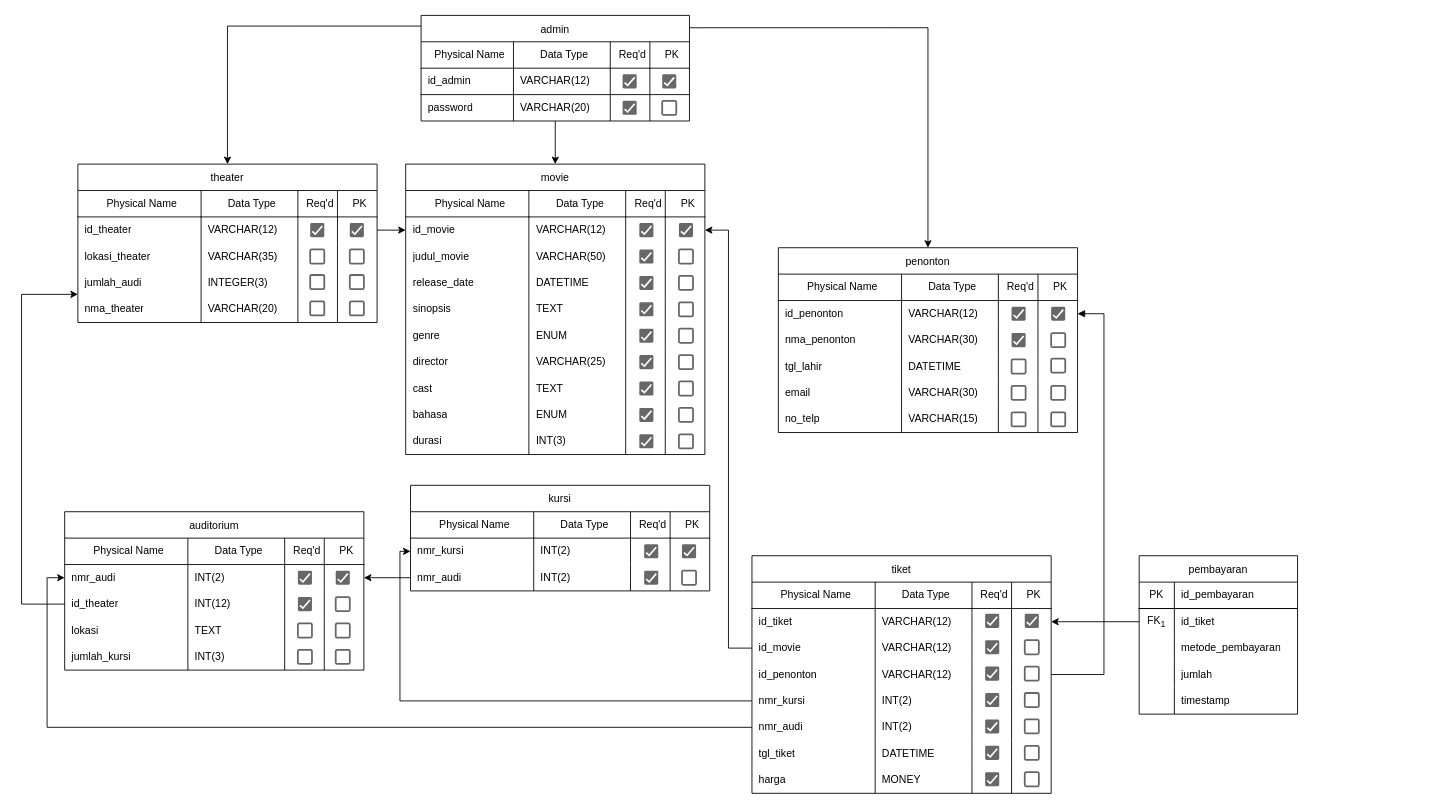
vinnnna/sistem-basis-data keeps this draw.io diagram as movie_pdm.drawio. Above is the earlier version. Source tidied: cells renumbered, new cells numbered last; positions are measured from the earlier drawing's top-left corner, leaving out a move shared by most shapes. Both pictures are drawn from the tidied source at 88%, with x=0, y=0 at pixel (21, 15).
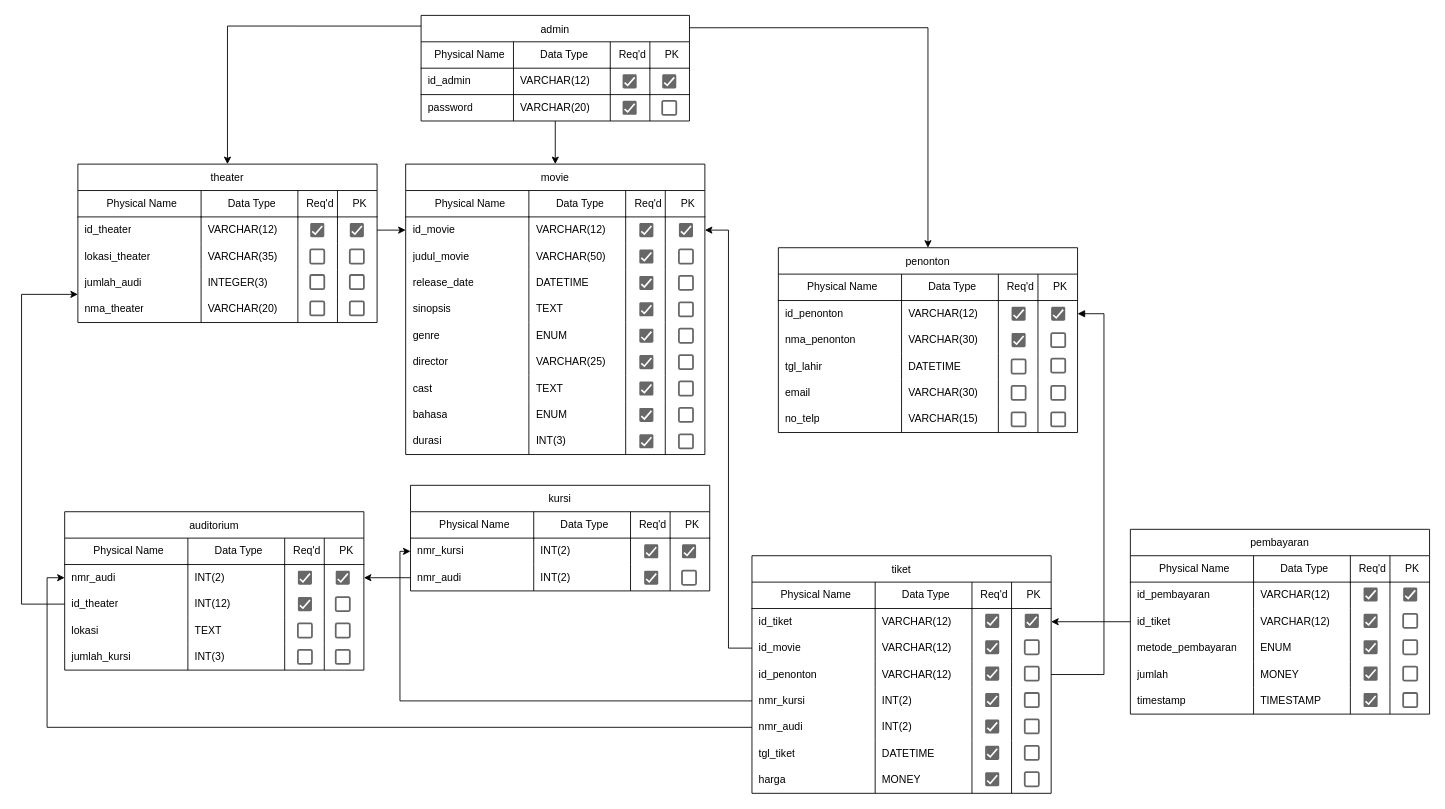
After the change.

The edit, as a diff of the source:
```diff
@@
     <mxCell id="120" value="pembayaran" style="shape=table;startSize=30;childLayout=tableLayout;rowLines=0;fontStyle=0;strokeColor=default;fontSize=12;" parent="1" vertex="1">
-      <mxGeometry x="1270" y="614" width="180" height="180" as="geometry" />
+      <mxGeometry x="1260" y="584" width="340" height="210" as="geometry" />
     </mxCell>
+    <mxCell id="302" style="shape=tableRow;horizontal=0;startSize=0;swimlaneHead=0;swimlaneBody=0;top=0;left=0;bottom=0;right=0;fillColor=none;strokeColor=inherit;fontSize=12;" parent="120" vertex="1">
+      <mxGeometry y="30" width="340" height="30" as="geometry" />
+    </mxCell>
+    <mxCell id="303" value="Physical Name" style="shape=partialRectangle;html=1;whiteSpace=wrap;fillColor=none;top=0;left=0;bottom=1;right=0;align=center;spacingLeft=6;overflow=hidden;strokeColor=inherit;fontSize=12;strokeWidth=1;" parent="302" vertex="1">
+      <mxGeometry width="140" height="30" as="geometry" />
+    </mxCell>
+    <mxCell id="304" value="Data Type" style="shape=partialRectangle;html=1;whiteSpace=wrap;fillColor=none;top=0;left=0;bottom=1;right=0;align=center;spacingLeft=6;overflow=hidden;strokeColor=inherit;fontSize=12;strokeWidth=1;" parent="302" vertex="1">
+      <mxGeometry x="140" width="110" height="30" as="geometry" />
+    </mxCell>
+    <mxCell id="305" value="Req'd" style="shape=partialRectangle;html=1;whiteSpace=wrap;fillColor=none;top=0;left=0;bottom=1;right=0;align=center;spacingLeft=6;overflow=hidden;strokeColor=inherit;fontSize=12;strokeWidth=1;" parent="302" vertex="1">
+      <mxGeometry x="250" width="45" height="30" as="geometry" />
+    </mxCell>
+    <mxCell id="122" value="PK" style="shape=partialRectangle;html=1;whiteSpace=wrap;fillColor=none;top=0;left=0;bottom=1;right=0;align=center;spacingLeft=6;overflow=hidden;strokeColor=inherit;fontSize=12;strokeWidth=1;" parent="302" vertex="1">
+      <mxGeometry x="295" width="45" height="30" as="geometry" />
+    </mxCell>
-    <mxCell id="121" style="shape=tableRow;horizontal=0;startSize=0;swimlaneHead=0;swimlaneBody=0;top=0;left=0;bottom=0;right=0;fillColor=none;strokeColor=inherit;fontSize=12;" parent="120" vertex="1">
-      <mxGeometry y="30" width="180" height="30" as="geometry" />
+    <mxCell id="121" style="shape=tableRow;horizontal=0;startSize=0;swimlaneHead=0;swimlaneBody=0;top=0;left=0;bottom=0;right=0;fillColor=none;strokeColor=inherit;fontSize=12;swimlaneLine=1;" parent="120" vertex="1">
+      <mxGeometry y="60" width="340" height="30" as="geometry" />
     </mxCell>
-    <mxCell id="122" value="PK" style="shape=partialRectangle;html=1;whiteSpace=wrap;fillColor=none;top=0;left=0;bottom=1;right=0;overflow=hidden;strokeColor=inherit;fontSize=12;" parent="121" vertex="1">
-      <mxGeometry width="40" height="30" as="geometry" />
-    </mxCell>
-    <mxCell id="123" value="id_pembayaran" style="shape=partialRectangle;html=1;whiteSpace=wrap;fillColor=none;top=0;left=0;bottom=1;right=0;align=left;spacingLeft=6;overflow=hidden;strokeColor=inherit;fontSize=12;strokeWidth=1;" parent="121" vertex="1">
-      <mxGeometry x="40" width="140" height="30" as="geometry" />
+    <mxCell id="123" value="id_pembayaran" style="shape=partialRectangle;html=1;whiteSpace=wrap;fillColor=none;top=0;left=0;bottom=0;right=0;align=left;spacingLeft=6;overflow=hidden;strokeColor=inherit;fontSize=12;strokeWidth=1;" parent="121" vertex="1">
+      <mxGeometry width="140" height="30" as="geometry" />
     </mxCell>
+    <mxCell id="306" value="VARCHAR(12)" style="shape=partialRectangle;html=1;whiteSpace=wrap;fillColor=none;top=0;left=0;bottom=0;right=0;align=left;spacingLeft=6;overflow=hidden;strokeColor=inherit;fontSize=12;strokeWidth=1;" parent="121" vertex="1">
+      <mxGeometry x="140" width="110" height="30" as="geometry" />
+    </mxCell>
+    <mxCell id="307" style="shape=partialRectangle;html=1;whiteSpace=wrap;fillColor=none;top=0;left=0;bottom=0;right=0;align=left;spacingLeft=6;overflow=hidden;strokeColor=inherit;fontSize=12;strokeWidth=1;" parent="121" vertex="1">
+      <mxGeometry x="250" width="45" height="30" as="geometry" />
+    </mxCell>
+    <mxCell id="308" style="shape=partialRectangle;html=1;whiteSpace=wrap;fillColor=none;top=0;left=0;bottom=0;right=0;align=left;spacingLeft=6;overflow=hidden;strokeColor=inherit;fontSize=12;strokeWidth=1;" parent="121" vertex="1">
+      <mxGeometry x="295" width="45" height="30" as="geometry" />
+    </mxCell>
     <mxCell id="124" style="shape=tableRow;horizontal=0;startSize=0;swimlaneHead=0;swimlaneBody=0;top=0;left=0;bottom=0;right=0;fillColor=none;points=[[0,0.5],[1,0.5]];portConstraint=eastwest;strokeColor=inherit;fontSize=12;" parent="120" vertex="1">
-      <mxGeometry y="60" width="180" height="30" as="geometry" />
+      <mxGeometry y="90" width="340" height="30" as="geometry" />
     </mxCell>
-    <mxCell id="125" value="FK&lt;sub&gt;1&lt;/sub&gt;" style="shape=partialRectangle;html=1;whiteSpace=wrap;fillColor=none;top=1;left=0;bottom=0;right=0;overflow=hidden;strokeColor=inherit;fontSize=12;" parent="124" vertex="1">
-      <mxGeometry width="40" height="30" as="geometry" />
-    </mxCell>
-    <mxCell id="126" value="id_tiket" style="shape=partialRectangle;html=1;whiteSpace=wrap;fillColor=none;top=1;left=0;bottom=0;right=0;align=left;spacingLeft=6;overflow=hidden;strokeColor=inherit;fontSize=12;" parent="124" vertex="1">
-      <mxGeometry x="40" width="140" height="30" as="geometry" />
+    <mxCell id="126" value="id_tiket" style="shape=partialRectangle;html=1;whiteSpace=wrap;fillColor=none;top=0;left=0;bottom=0;right=0;align=left;spacingLeft=6;overflow=hidden;strokeColor=inherit;fontSize=12;" parent="124" vertex="1">
+      <mxGeometry width="140" height="30" as="geometry" />
     </mxCell>
+    <mxCell id="309" value="VARCHAR(12)" style="shape=partialRectangle;html=1;whiteSpace=wrap;fillColor=none;top=0;left=0;bottom=0;right=0;align=left;spacingLeft=6;overflow=hidden;strokeColor=inherit;fontSize=12;" parent="124" vertex="1">
+      <mxGeometry x="140" width="110" height="30" as="geometry" />
+    </mxCell>
+    <mxCell id="310" style="shape=partialRectangle;html=1;whiteSpace=wrap;fillColor=none;top=0;left=0;bottom=0;right=0;align=left;spacingLeft=6;overflow=hidden;strokeColor=inherit;fontSize=12;" parent="124" vertex="1">
+      <mxGeometry x="250" width="45" height="30" as="geometry" />
+    </mxCell>
+    <mxCell id="311" style="shape=partialRectangle;html=1;whiteSpace=wrap;fillColor=none;top=0;left=0;bottom=0;right=0;align=left;spacingLeft=6;overflow=hidden;strokeColor=inherit;fontSize=12;" parent="124" vertex="1">
+      <mxGeometry x="295" width="45" height="30" as="geometry" />
+    </mxCell>
     <mxCell id="127" style="shape=tableRow;horizontal=0;startSize=0;swimlaneHead=0;swimlaneBody=0;top=0;left=0;bottom=0;right=0;fillColor=none;strokeColor=inherit;fontSize=12;" parent="120" vertex="1">
-      <mxGeometry y="90" width="180" height="30" as="geometry" />
+      <mxGeometry y="120" width="340" height="30" as="geometry" />
     </mxCell>
-    <mxCell id="128" style="shape=partialRectangle;html=1;whiteSpace=wrap;fillColor=none;top=0;left=0;bottom=0;right=0;overflow=hidden;strokeColor=inherit;fontSize=12;" parent="127" vertex="1">
-      <mxGeometry width="40" height="30" as="geometry" />
-    </mxCell>
     <mxCell id="129" value="metode_pembayaran" style="shape=partialRectangle;html=1;whiteSpace=wrap;fillColor=none;top=0;left=0;bottom=0;right=0;align=left;spacingLeft=6;overflow=hidden;strokeColor=inherit;fontSize=12;" parent="127" vertex="1">
-      <mxGeometry x="40" width="140" height="30" as="geometry" />
+      <mxGeometry width="140" height="30" as="geometry" />
     </mxCell>
+    <mxCell id="312" value="ENUM" style="shape=partialRectangle;html=1;whiteSpace=wrap;fillColor=none;top=0;left=0;bottom=0;right=0;align=left;spacingLeft=6;overflow=hidden;strokeColor=inherit;fontSize=12;" parent="127" vertex="1">
+      <mxGeometry x="140" width="110" height="30" as="geometry" />
+    </mxCell>
+    <mxCell id="313" style="shape=partialRectangle;html=1;whiteSpace=wrap;fillColor=none;top=0;left=0;bottom=0;right=0;align=left;spacingLeft=6;overflow=hidden;strokeColor=inherit;fontSize=12;" parent="127" vertex="1">
+      <mxGeometry x="250" width="45" height="30" as="geometry" />
+    </mxCell>
+    <mxCell id="314" style="shape=partialRectangle;html=1;whiteSpace=wrap;fillColor=none;top=0;left=0;bottom=0;right=0;align=left;spacingLeft=6;overflow=hidden;strokeColor=inherit;fontSize=12;" parent="127" vertex="1">
+      <mxGeometry x="295" width="45" height="30" as="geometry" />
+    </mxCell>
     <mxCell id="130" style="shape=tableRow;horizontal=0;startSize=0;swimlaneHead=0;swimlaneBody=0;top=0;left=0;bottom=0;right=0;fillColor=none;strokeColor=inherit;fontSize=12;" parent="120" vertex="1">
-      <mxGeometry y="120" width="180" height="30" as="geometry" />
+      <mxGeometry y="150" width="340" height="30" as="geometry" />
     </mxCell>
-    <mxCell id="131" style="shape=partialRectangle;html=1;whiteSpace=wrap;fillColor=none;top=0;left=0;bottom=0;right=0;overflow=hidden;strokeColor=inherit;fontSize=12;" parent="130" vertex="1">
-      <mxGeometry width="40" height="30" as="geometry" />
-    </mxCell>
     <mxCell id="132" value="jumlah" style="shape=partialRectangle;html=1;whiteSpace=wrap;fillColor=none;top=0;left=0;bottom=0;right=0;align=left;spacingLeft=6;overflow=hidden;strokeColor=inherit;fontSize=12;" parent="130" vertex="1">
-      <mxGeometry x="40" width="140" height="30" as="geometry" />
+      <mxGeometry width="140" height="30" as="geometry" />
     </mxCell>
+    <mxCell id="315" value="MONEY" style="shape=partialRectangle;html=1;whiteSpace=wrap;fillColor=none;top=0;left=0;bottom=0;right=0;align=left;spacingLeft=6;overflow=hidden;strokeColor=inherit;fontSize=12;" parent="130" vertex="1">
+      <mxGeometry x="140" width="110" height="30" as="geometry" />
+    </mxCell>
+    <mxCell id="316" style="shape=partialRectangle;html=1;whiteSpace=wrap;fillColor=none;top=0;left=0;bottom=0;right=0;align=left;spacingLeft=6;overflow=hidden;strokeColor=inherit;fontSize=12;" parent="130" vertex="1">
+      <mxGeometry x="250" width="45" height="30" as="geometry" />
+    </mxCell>
+    <mxCell id="317" style="shape=partialRectangle;html=1;whiteSpace=wrap;fillColor=none;top=0;left=0;bottom=0;right=0;align=left;spacingLeft=6;overflow=hidden;strokeColor=inherit;fontSize=12;" parent="130" vertex="1">
+      <mxGeometry x="295" width="45" height="30" as="geometry" />
+    </mxCell>
     <mxCell id="133" style="shape=tableRow;horizontal=0;startSize=0;swimlaneHead=0;swimlaneBody=0;top=0;left=0;bottom=0;right=0;fillColor=none;strokeColor=inherit;fontSize=12;" parent="120" vertex="1">
-      <mxGeometry y="150" width="180" height="30" as="geometry" />
+      <mxGeometry y="180" width="340" height="30" as="geometry" />
     </mxCell>
-    <mxCell id="134" style="shape=partialRectangle;html=1;whiteSpace=wrap;fillColor=none;top=0;left=0;bottom=0;right=0;overflow=hidden;strokeColor=inherit;fontSize=12;" parent="133" vertex="1">
-      <mxGeometry width="40" height="30" as="geometry" />
-    </mxCell>
     <mxCell id="135" value="timestamp" style="shape=partialRectangle;html=1;whiteSpace=wrap;fillColor=none;top=0;left=0;bottom=0;right=0;align=left;spacingLeft=6;overflow=hidden;strokeColor=inherit;fontSize=12;" parent="133" vertex="1">
-      <mxGeometry x="40" width="140" height="30" as="geometry" />
+      <mxGeometry width="140" height="30" as="geometry" />
     </mxCell>
+    <mxCell id="318" value="TIMESTAMP" style="shape=partialRectangle;html=1;whiteSpace=wrap;fillColor=none;top=0;left=0;bottom=0;right=0;align=left;spacingLeft=6;overflow=hidden;strokeColor=inherit;fontSize=12;" parent="133" vertex="1">
+      <mxGeometry x="140" width="110" height="30" as="geometry" />
+    </mxCell>
+    <mxCell id="319" style="shape=partialRectangle;html=1;whiteSpace=wrap;fillColor=none;top=0;left=0;bottom=0;right=0;align=left;spacingLeft=6;overflow=hidden;strokeColor=inherit;fontSize=12;" parent="133" vertex="1">
+      <mxGeometry x="250" width="45" height="30" as="geometry" />
+    </mxCell>
+    <mxCell id="320" style="shape=partialRectangle;html=1;whiteSpace=wrap;fillColor=none;top=0;left=0;bottom=0;right=0;align=left;spacingLeft=6;overflow=hidden;strokeColor=inherit;fontSize=12;" parent="133" vertex="1">
+      <mxGeometry x="295" width="45" height="30" as="geometry" />
+    </mxCell>
@@
+    <mxCell id="321" style="dashed=0;labelPosition=right;align=left;shape=mxgraph.gmdl.checkbox;strokeColor=none;fillColor=#676767;strokeWidth=2;sketch=0;html=1;" parent="1" vertex="1">
+      <mxGeometry x="1525" y="650" width="16" height="16" as="geometry" />
+    </mxCell>
+    <mxCell id="322" style="dashed=0;labelPosition=right;align=left;shape=mxgraph.gmdl.checkbox;strokeColor=none;fillColor=#676767;strokeWidth=2;sketch=0;html=1;" parent="1" vertex="1">
+      <mxGeometry x="1525" y="680" width="16" height="16" as="geometry" />
+    </mxCell>
+    <mxCell id="323" style="dashed=0;labelPosition=right;align=left;shape=mxgraph.gmdl.checkbox;strokeColor=none;fillColor=#676767;strokeWidth=2;sketch=0;html=1;" parent="1" vertex="1">
+      <mxGeometry x="1525" y="710" width="16" height="16" as="geometry" />
+    </mxCell>
+    <mxCell id="324" style="dashed=0;labelPosition=right;align=left;shape=mxgraph.gmdl.checkbox;strokeColor=none;fillColor=#676767;strokeWidth=2;sketch=0;html=1;" parent="1" vertex="1">
+      <mxGeometry x="1525" y="740" width="16" height="16" as="geometry" />
+    </mxCell>
+    <mxCell id="325" style="dashed=0;labelPosition=right;align=left;shape=mxgraph.gmdl.checkbox;strokeColor=none;fillColor=#676767;strokeWidth=2;sketch=0;html=1;" parent="1" vertex="1">
+      <mxGeometry x="1525" y="770" width="16" height="16" as="geometry" />
+    </mxCell>
+    <mxCell id="326" style="dashed=0;labelPosition=right;align=left;shape=mxgraph.gmdl.checkbox;strokeColor=none;fillColor=#676767;strokeWidth=2;sketch=0;html=1;" parent="1" vertex="1">
+      <mxGeometry x="1570" y="650" width="16" height="16" as="geometry" />
+    </mxCell>
+    <mxCell id="327" style="dashed=0;labelPosition=right;align=left;shape=mxgraph.gmdl.checkbox;strokeColor=#666666;fillColor=none;strokeWidth=2;sketch=0;html=1;" parent="1" vertex="1">
+      <mxGeometry x="1570" y="680" width="16" height="16" as="geometry" />
+    </mxCell>
+    <mxCell id="328" style="dashed=0;labelPosition=right;align=left;shape=mxgraph.gmdl.checkbox;strokeColor=#666666;fillColor=none;strokeWidth=2;sketch=0;html=1;" parent="1" vertex="1">
+      <mxGeometry x="1570" y="710" width="16" height="16" as="geometry" />
+    </mxCell>
+    <mxCell id="329" style="dashed=0;labelPosition=right;align=left;shape=mxgraph.gmdl.checkbox;strokeColor=#666666;fillColor=none;strokeWidth=2;sketch=0;html=1;" parent="1" vertex="1">
+      <mxGeometry x="1570" y="740" width="16" height="16" as="geometry" />
+    </mxCell>
+    <mxCell id="330" style="dashed=0;labelPosition=right;align=left;shape=mxgraph.gmdl.checkbox;strokeColor=#666666;fillColor=none;strokeWidth=2;sketch=0;html=1;" parent="1" vertex="1">
+      <mxGeometry x="1570" y="770" width="16" height="16" as="geometry" />
+    </mxCell>
```
